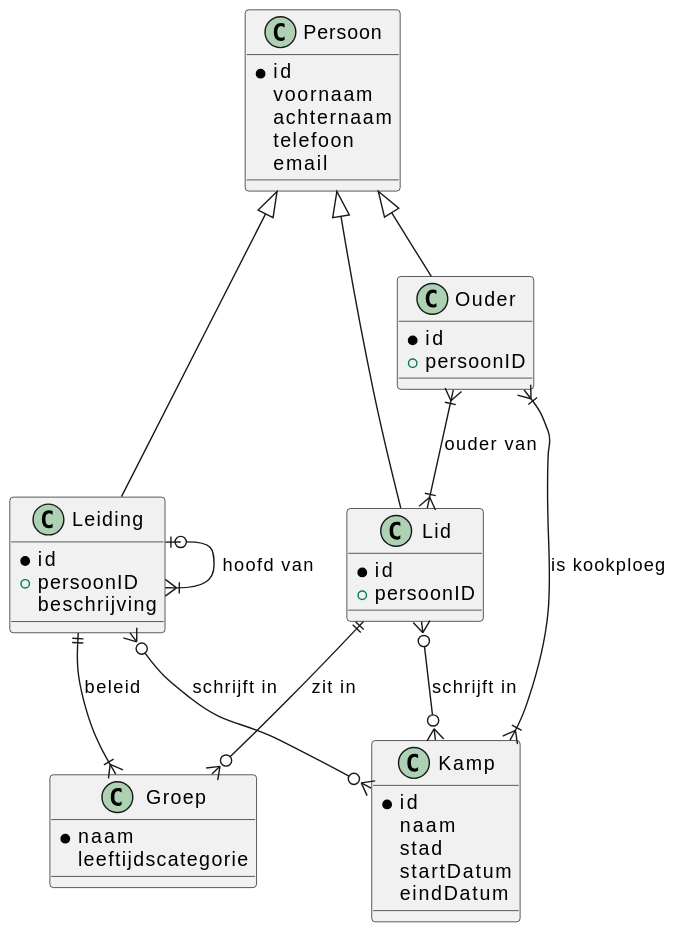
The PlantUML diagram images/response.svg in matteovdr/frontendweb-2526-mateo-kobe, before a commit.
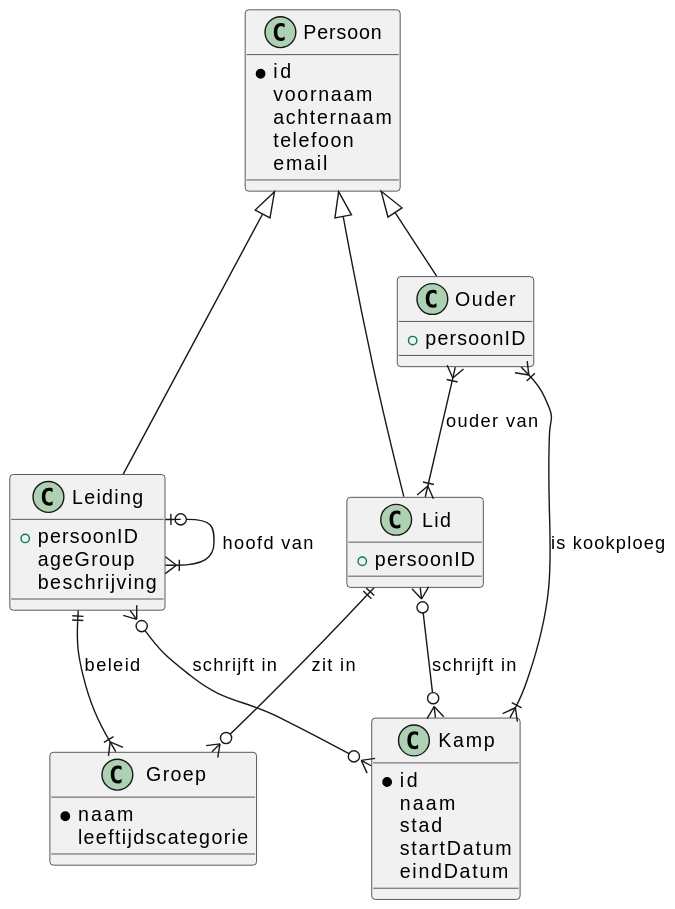
After the change.

Change to the diagram source:
```diff
@@ -7,18 +7,16 @@
     email
 }
 class Ouder {
-    *id
     +persoonID
 }
 
 class Lid {
-    *id
     +persoonID
 }
 
 class Leiding {
-    *id
     +persoonID
+    ageGroup
     beschrijving
 }
 
```
